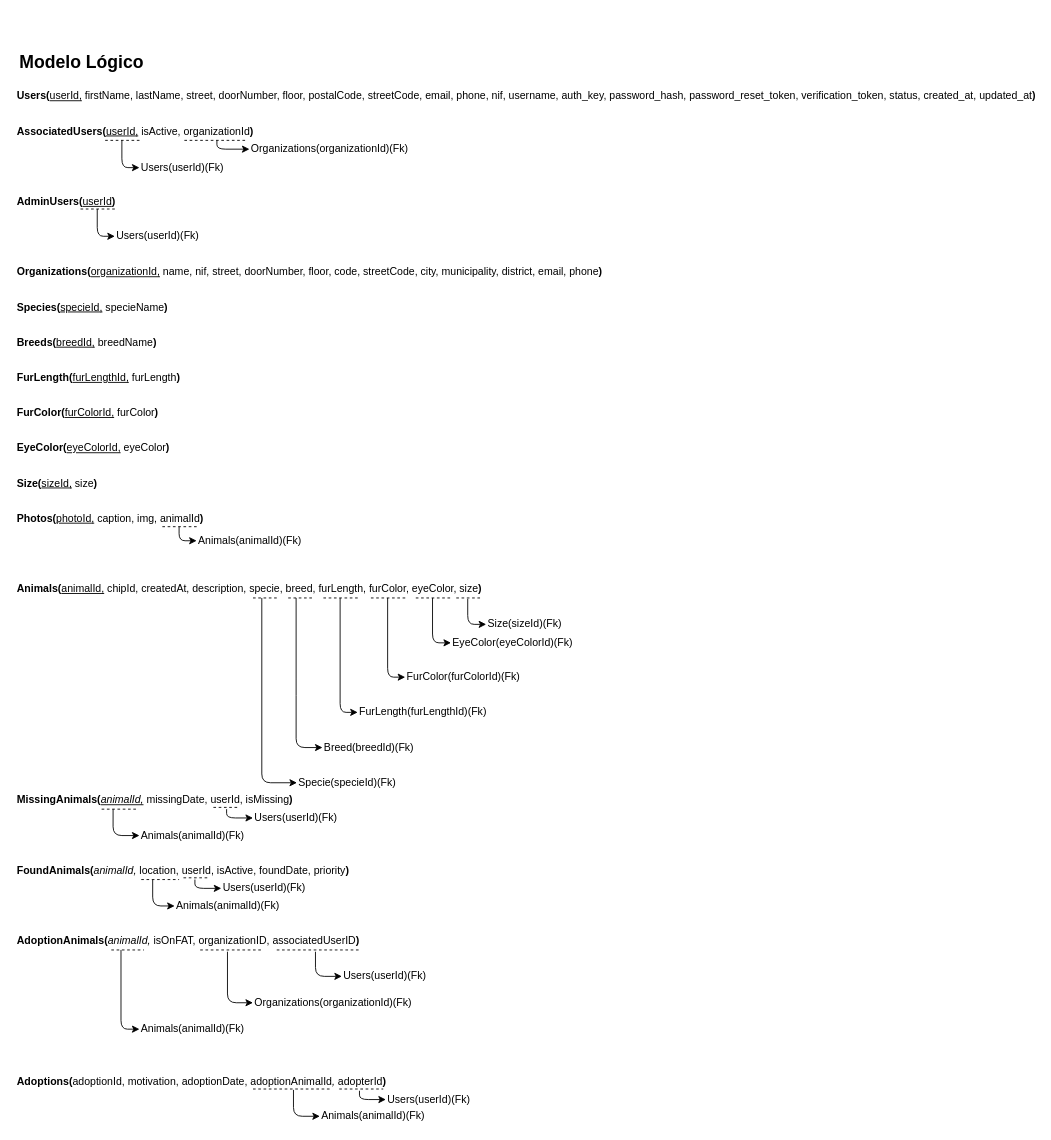
Projecto-Final-de-Curso-TeSP-PSI/pet-adoption keeps this draw.io diagram as Docs/Modelo Logico.drawio. Above is the earlier version. Source tidied: cells renumbered, new cells numbered last; positions are measured from the earlier drawing's top-left corner, leaving out a move shared by most shapes. Both pictures are drawn from the tidied source at 88%, with x=0, y=0 at pixel (15, 52).
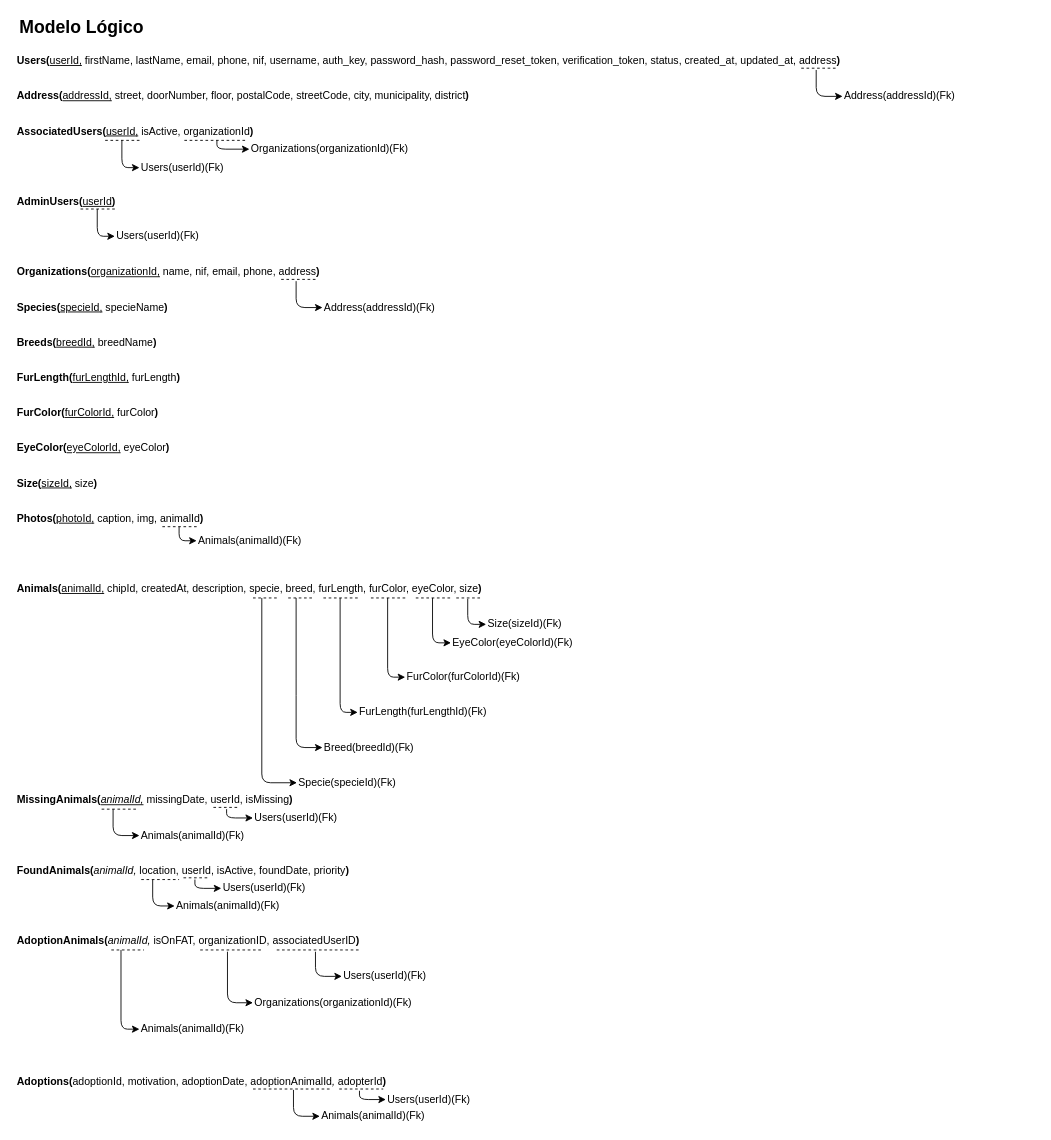
After the change.

Change to the diagram source:
```diff
@@
     <mxCell id="2" value="Modelo Lógico" style="text;html=1;strokeColor=none;fillColor=none;align=center;verticalAlign=middle;rounded=0;fontStyle=1;fontSize=20;" parent="1" vertex="1">
-      <mxGeometry width="150" height="20" as="geometry" />
+      <mxGeometry y="-40" width="150" height="20" as="geometry" />
     </mxCell>
-    <mxCell id="3" value="&lt;b&gt;Users(&lt;/b&gt;&lt;u&gt;userId,&lt;/u&gt;&amp;nbsp;firstName, lastName, street, doorNumber, floor, postalCode, streetCode, email, phone, nif, username, auth_key, password_hash, password_reset_token, verification_token, status, created_at, updated_at&lt;b&gt;)&lt;/b&gt;" style="text;html=1;strokeColor=none;fillColor=none;align=left;verticalAlign=middle;rounded=0;" parent="1" vertex="1">
-      <mxGeometry y="40" width="190" height="20" as="geometry" />
+    <mxCell id="3" value="&lt;b&gt;Users(&lt;/b&gt;&lt;u&gt;userId,&lt;/u&gt;&amp;nbsp;firstName, lastName, email, phone, nif, username, auth_key, password_hash, password_reset_token, verification_token, status, created_at, updated_at, address&lt;b&gt;)&lt;/b&gt;" style="text;html=1;strokeColor=none;fillColor=none;align=left;verticalAlign=middle;rounded=0;" parent="1" vertex="1">
+      <mxGeometry width="190" height="20" as="geometry" />
     </mxCell>
-    <mxCell id="4" value="&lt;div&gt;&lt;b&gt;Organizations(&lt;/b&gt;&lt;u&gt;organizationId,&lt;/u&gt;&lt;span&gt;&amp;nbsp;name, nif, street, doorNumber, floor, code, streetCode, city, municipality, district, email, phone&lt;/span&gt;&lt;b&gt;)&lt;/b&gt;&lt;/div&gt;" style="text;html=1;strokeColor=none;fillColor=none;align=left;verticalAlign=middle;rounded=0;" parent="1" vertex="1">
+    <mxCell id="4" value="&lt;div&gt;&lt;b&gt;Organizations(&lt;/b&gt;&lt;u&gt;organizationId,&lt;/u&gt;&lt;span&gt;&amp;nbsp;name, nif, email, phone, address&lt;/span&gt;&lt;b&gt;)&lt;/b&gt;&lt;/div&gt;" style="text;html=1;strokeColor=none;fillColor=none;align=left;verticalAlign=middle;rounded=0;" parent="1" vertex="1">
       <mxGeometry y="240" width="40" height="20" as="geometry" />
     </mxCell>
@@
     <mxCell id="66" style="endArrow=none;dashed=1;html=1;strokeWidth=1;" parent="1" edge="1">
-      <mxGeometry x="40" y="860" as="geometry">
+      <mxGeometry x="40" y="900" as="geometry">
         <mxPoint x="98" y="860" as="sourcePoint" />
         <mxPoint x="140" y="860" as="targetPoint" />
       </mxGeometry>
     </mxCell>
@@
     <mxCell id="69" style="endArrow=none;dashed=1;html=1;strokeWidth=1;" parent="1" edge="1">
-      <mxGeometry x="109" y="539" as="geometry">
+      <mxGeometry x="109" y="579" as="geometry">
         <mxPoint x="167" y="539" as="sourcePoint" />
         <mxPoint x="209" y="539" as="targetPoint" />
       </mxGeometry>
     </mxCell>
@@
     <mxCell id="76" style="endArrow=none;dashed=1;html=1;strokeWidth=1;" parent="1" edge="1">
-      <mxGeometry x="238" y="1178" as="geometry">
+      <mxGeometry x="238" y="1218" as="geometry">
         <mxPoint x="270" y="1178" as="sourcePoint" />
         <mxPoint x="360" y="1178" as="targetPoint" />
       </mxGeometry>
     </mxCell>
@@
+    <mxCell id="78" value="&lt;b&gt;Address(&lt;/b&gt;&lt;u&gt;addressId,&lt;/u&gt;&amp;nbsp;street, doorNumber, floor, postalCode, streetCode, city, municipality, district&lt;b&gt;)&lt;/b&gt;" style="text;html=1;strokeColor=none;fillColor=none;align=left;verticalAlign=middle;rounded=0;" parent="1" vertex="1">
+      <mxGeometry y="40" width="190" height="20" as="geometry" />
+    </mxCell>
+    <mxCell id="79" style="endArrow=none;dashed=1;html=1;" parent="1" edge="1">
+      <mxGeometry relative="1" as="geometry">
+        <mxPoint x="893" y="18" as="sourcePoint" />
+        <mxPoint x="933" y="18" as="targetPoint" />
+      </mxGeometry>
+    </mxCell>
+    <mxCell id="80" style="endArrow=classic;html=1;strokeWidth=1;entryX=0;entryY=0.5;entryDx=0;entryDy=0;" parent="1" edge="1" target="81">
+      <mxGeometry relative="1" as="geometry">
+        <mxPoint x="910" y="20" as="sourcePoint" />
+        <Array as="points">
+          <mxPoint x="910" y="50" />
+        </Array>
+      </mxGeometry>
+    </mxCell>
+    <mxCell id="81" value="Address(addressId)(Fk)" style="text;html=1;strokeColor=none;fillColor=none;align=left;verticalAlign=middle;rounded=0;" parent="1" vertex="1">
+      <mxGeometry x="940" y="40" width="40" height="20" as="geometry" />
+    </mxCell>
+    <mxCell id="82" style="endArrow=none;dashed=1;html=1;" parent="1" edge="1">
+      <mxGeometry relative="1" as="geometry">
+        <mxPoint x="302" y="258" as="sourcePoint" />
+        <mxPoint x="342" y="258" as="targetPoint" />
+      </mxGeometry>
+    </mxCell>
+    <mxCell id="83" style="endArrow=classic;html=1;strokeWidth=1;entryX=0;entryY=0.5;entryDx=0;entryDy=0;" parent="1" edge="1" target="84">
+      <mxGeometry relative="1" as="geometry">
+        <mxPoint x="319" y="260" as="sourcePoint" />
+        <Array as="points">
+          <mxPoint x="319" y="290" />
+        </Array>
+      </mxGeometry>
+    </mxCell>
+    <mxCell id="84" value="Address(addressId)(Fk)" style="text;html=1;strokeColor=none;fillColor=none;align=left;verticalAlign=middle;rounded=0;" parent="1" vertex="1">
+      <mxGeometry x="349" y="280" width="40" height="20" as="geometry" />
+    </mxCell>
```
